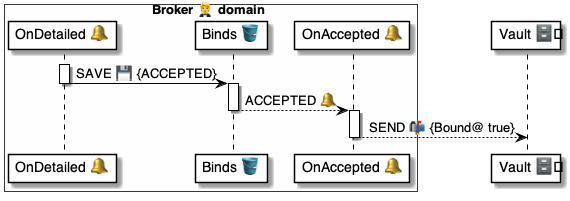
Above: 4 ⚙️ Solution/20 🧑‍🦰 UI/Brokers 🤵/🤵🪣 Broker tables/Binds 🔗 table/🪣🔔 3 Accepted/🤵 OnBindAccepted ⚙️ uml.png in pollyweb-org/pollyweb-docs (PlantUML), before the change. Its source is kept beside it as 4 ⚙️ Solution/20 🧑‍🦰 UI/Brokers 🤵/🤵🪣 Broker tables/Binds 🔗 table/🪣🔔 3 Accepted/🤵 OnBindAccepted ⚙️ uml.puml. Source of this version:
```plantuml
@startuml OnBindAccepted


box Broker 🤵 domain #FFFFFA
    participant "OnDetailed 🔔" as script
    participant "Binds 🪣" as binds
    participant "OnAccepted 🔔" as handler
end box

participant "Vault 🗄️" as vault

activate script
    script -> binds: SAVE 💾 {ACCEPTED}
deactivate script

activate binds
    binds --> handler: ACCEPTED 🔔
deactivate binds

activate handler
    handler --> vault: SEND 📬 {Bound@ true}
deactivate handler


@enduml
```
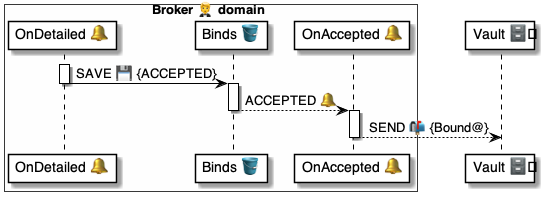
Above is the later version.

What changed in the source:
```diff
@@ -18,7 +18,7 @@
 deactivate binds
 
 activate handler
-    handler --> vault: SEND 📬 {Bound@ true}
+    handler --> vault: SEND 📬 {Bound@}
 deactivate handler
 
 
```
